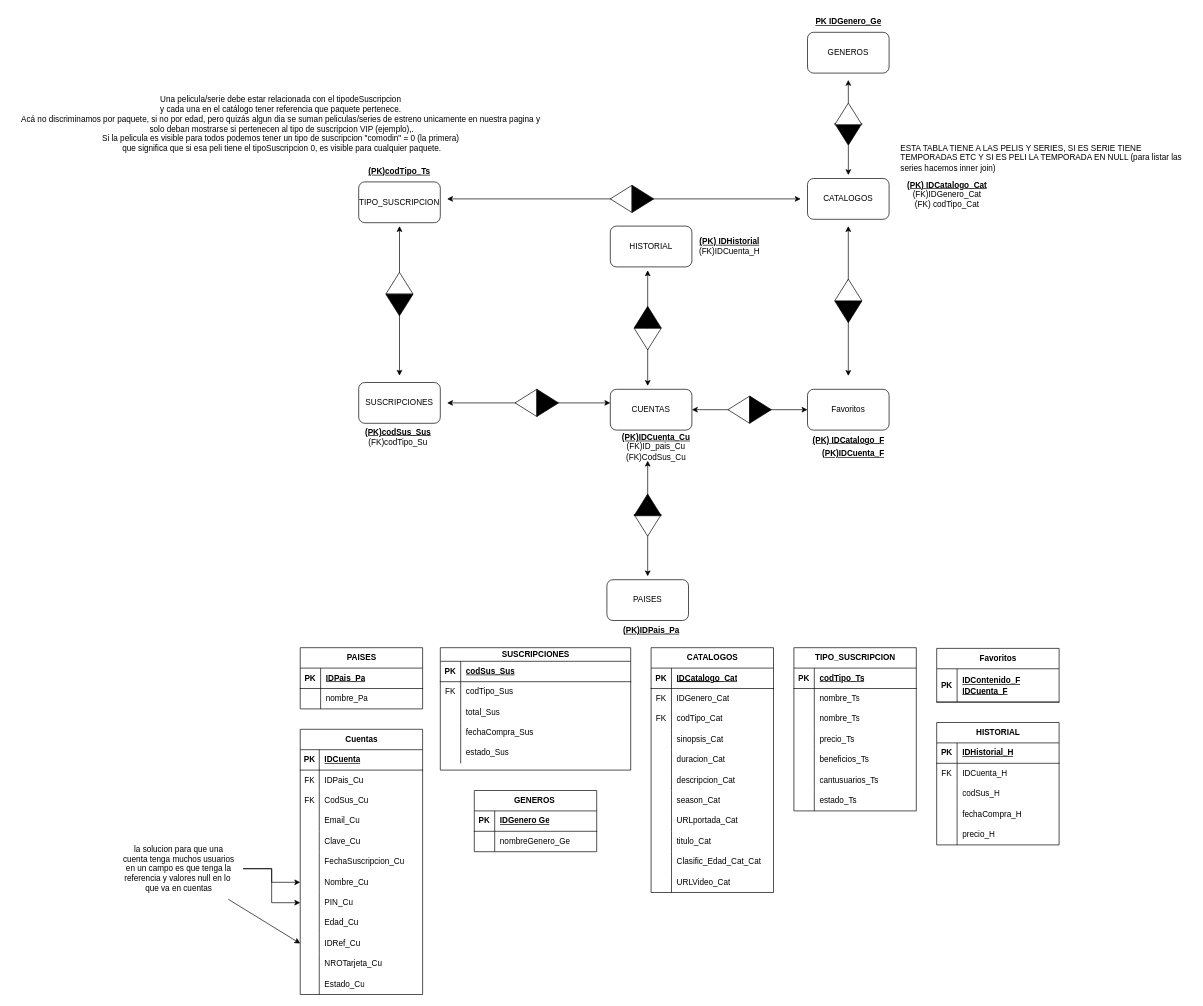
The draw.io diagram Base de TIF_LAB_3/TIFDER_DEFINITIVO.drawio in melynight/devflix, before the edit. Source tidied: cells renumbered, new cells numbered last; positions are measured from the earlier drawing's top-left corner, leaving out a move shared by most shapes. Both pictures are drawn from the tidied source at 68%, with x=0, y=0 at pixel (12, 12).
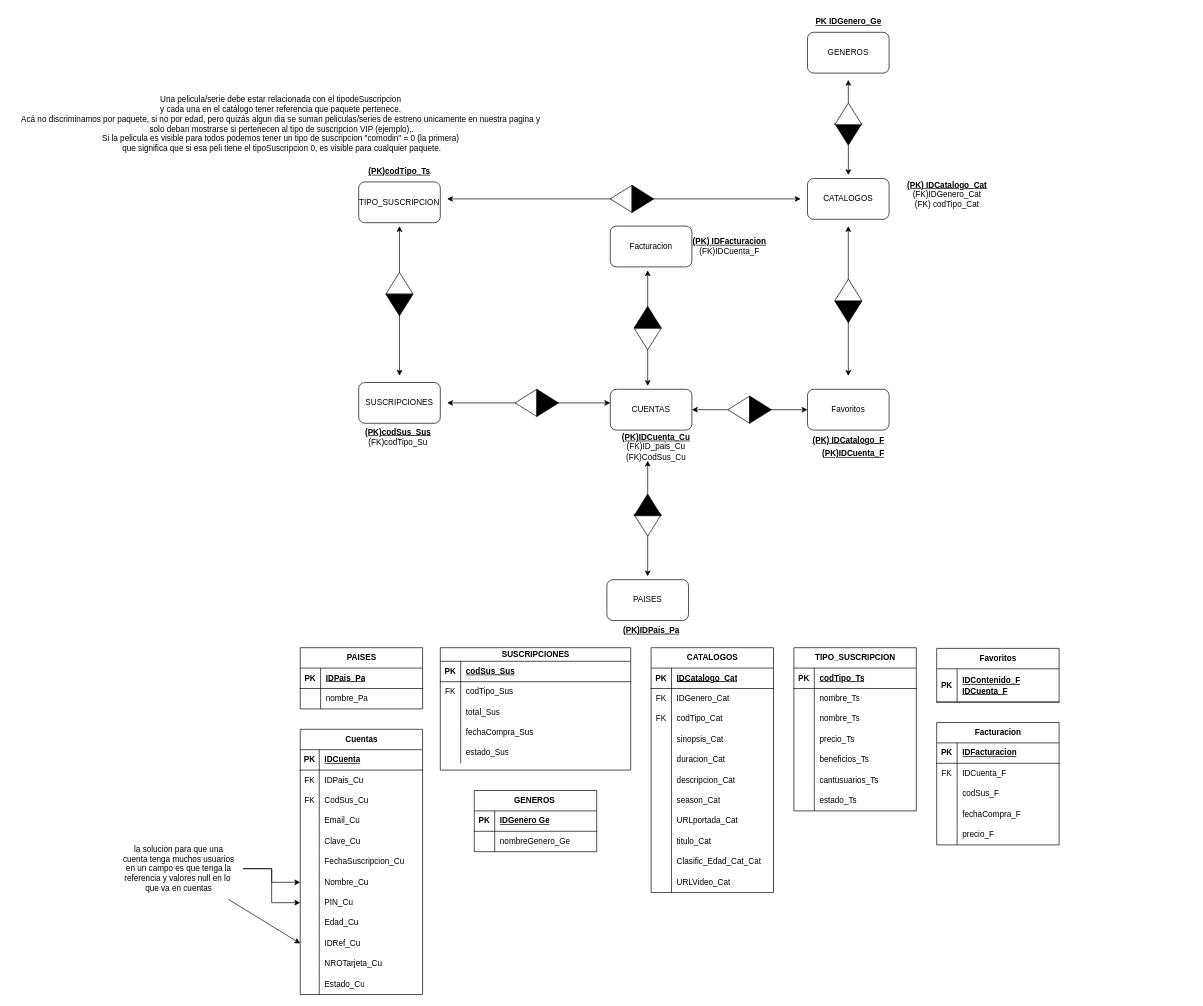
After the change.

Unchanged cells that the change refers to:
```xml
<mxCell id="186" style="shape=tableRow;horizontal=0;startSize=0;swimlaneHead=0;swimlaneBody=0;fillColor=none;top=0;left=0;right=0;bottom=1;" parent="185" vertex="1">
  <mxGeometry y="30" width="180" height="30" as="geometry" />
</mxCell>
<mxCell id="189" style="shape=tableRow;horizontal=0;startSize=0;swimlaneHead=0;swimlaneBody=0;fillColor=none;top=0;left=0;right=0;bottom=0;" parent="185" vertex="1">
  <mxGeometry y="60" width="180" height="30" as="geometry" />
</mxCell>
<mxCell id="192" style="shape=tableRow;horizontal=0;startSize=0;swimlaneHead=0;swimlaneBody=0;fillColor=none;top=0;left=0;right=0;bottom=0;" parent="185" vertex="1">
  <mxGeometry y="90" width="180" height="30" as="geometry" />
</mxCell>
<mxCell id="195" style="shape=tableRow;horizontal=0;startSize=0;swimlaneHead=0;swimlaneBody=0;fillColor=none;top=0;left=0;right=0;bottom=0;" parent="185" vertex="1">
  <mxGeometry y="120" width="180" height="30" as="geometry" />
</mxCell>
<mxCell id="198" style="shape=tableRow;horizontal=0;startSize=0;swimlaneHead=0;swimlaneBody=0;fillColor=none;top=0;left=0;right=0;bottom=0;" parent="185" vertex="1">
  <mxGeometry y="150" width="180" height="30" as="geometry" />
</mxCell>
```

Diff of the diagram source:
```diff
@@
-    <mxCell id="15" value="ESTA TABLA TIENE A LAS PELIS Y SERIES, SI ES SERIE TIENE TEMPORADAS ETC Y SI ES PELI LA TEMPORADA EN NULL (para listar las series hacemos inner join)" style="text;html=1;strokeColor=none;fillColor=none;align=left;verticalAlign=middle;whiteSpace=wrap;rounded=0;" parent="1" vertex="1">
-      <mxGeometry x="1305" y="200" width="430" height="30" as="geometry" />
-    </mxCell>
@@
-    <mxCell id="174" value="HISTORIAL" style="rounded=1;whiteSpace=wrap;html=1;" parent="1" vertex="1">
+    <mxCell id="174" value="Facturacion" style="rounded=1;whiteSpace=wrap;html=1;" parent="1" vertex="1">
       <mxGeometry x="880" y="315" width="120" height="60" as="geometry" />
     </mxCell>
@@
-    <mxCell id="184" value="&lt;b&gt;&lt;u&gt;(PK) IDHistorial&lt;br&gt;&lt;/u&gt;&lt;/b&gt;(FK)IDCuenta_H&lt;b&gt;&lt;u&gt;&lt;br&gt;&lt;/u&gt;&lt;/b&gt;" style="text;html=1;align=center;verticalAlign=middle;strokeColor=none;fillColor=none;" parent="1" vertex="1">
-      <mxGeometry x="1000" y="325" width="110" height="40" as="geometry" />
+    <mxCell id="184" value="&lt;b&gt;&lt;u&gt;(PK) IDFacturacion&lt;br&gt;&lt;/u&gt;&lt;/b&gt;(FK)IDCuenta_F&lt;b&gt;&lt;u&gt;&lt;br&gt;&lt;/u&gt;&lt;/b&gt;" style="text;html=1;align=center;verticalAlign=middle;strokeColor=none;fillColor=none;" parent="1" vertex="1">
+      <mxGeometry x="990" y="325" width="130" height="40" as="geometry" />
     </mxCell>
-    <mxCell id="185" value="HISTORIAL" style="shape=table;startSize=30;childLayout=tableLayout;rowLines=0;fontStyle=1;align=center;html=1;" parent="1" vertex="1">
+    <mxCell id="185" value="Facturacion" style="shape=table;startSize=30;childLayout=tableLayout;rowLines=0;fontStyle=1;align=center;html=1;" parent="1" vertex="1">
       <mxGeometry x="1360" y="1045" width="180" height="180" as="geometry" />
     </mxCell>
@@
-    <mxCell id="188" value="IDHistorial_H" style="shape=partialRectangle;fillColor=none;top=0;left=0;bottom=0;right=0;align=left;spacingLeft=6;fontStyle=5;overflow=hidden;whiteSpace=wrap;html=1;" parent="186" vertex="1">
+    <mxCell id="188" value="IDFacturacion" style="shape=partialRectangle;fillColor=none;top=0;left=0;bottom=0;right=0;align=left;spacingLeft=6;fontStyle=5;overflow=hidden;whiteSpace=wrap;html=1;" parent="186" vertex="1">
       <mxGeometry x="30" width="150" height="30" as="geometry" />
     </mxCell>
@@
-    <mxCell id="191" value="IDCuenta_H" style="shape=partialRectangle;fillColor=none;top=0;left=0;bottom=0;right=0;align=left;spacingLeft=6;overflow=hidden;whiteSpace=wrap;html=1;" parent="189" vertex="1">
+    <mxCell id="191" value="IDCuenta_F" style="shape=partialRectangle;fillColor=none;top=0;left=0;bottom=0;right=0;align=left;spacingLeft=6;overflow=hidden;whiteSpace=wrap;html=1;" parent="189" vertex="1">
       <mxGeometry x="30" width="150" height="30" as="geometry" />
     </mxCell>
@@
-    <mxCell id="194" value="&lt;span style=&quot;text-align: center;&quot;&gt;codSus_H&lt;/span&gt;" style="shape=partialRectangle;fillColor=none;top=0;left=0;bottom=0;right=0;align=left;spacingLeft=6;overflow=hidden;whiteSpace=wrap;html=1;" parent="192" vertex="1">
+    <mxCell id="194" value="&lt;span style=&quot;text-align: center;&quot;&gt;codSus_F&lt;/span&gt;" style="shape=partialRectangle;fillColor=none;top=0;left=0;bottom=0;right=0;align=left;spacingLeft=6;overflow=hidden;whiteSpace=wrap;html=1;" parent="192" vertex="1">
       <mxGeometry x="30" width="150" height="30" as="geometry" />
     </mxCell>
@@
-    <mxCell id="197" value="fechaCompra_H" style="shape=partialRectangle;fillColor=none;top=0;left=0;bottom=0;right=0;align=left;spacingLeft=6;overflow=hidden;whiteSpace=wrap;html=1;" parent="195" vertex="1">
+    <mxCell id="197" value="fechaCompra_F" style="shape=partialRectangle;fillColor=none;top=0;left=0;bottom=0;right=0;align=left;spacingLeft=6;overflow=hidden;whiteSpace=wrap;html=1;" parent="195" vertex="1">
       <mxGeometry x="30" width="150" height="30" as="geometry" />
     </mxCell>
@@
-    <mxCell id="200" value="precio_H" style="shape=partialRectangle;fillColor=none;top=0;left=0;bottom=0;right=0;align=left;spacingLeft=6;overflow=hidden;whiteSpace=wrap;html=1;" parent="198" vertex="1">
+    <mxCell id="200" value="precio_F" style="shape=partialRectangle;fillColor=none;top=0;left=0;bottom=0;right=0;align=left;spacingLeft=6;overflow=hidden;whiteSpace=wrap;html=1;" parent="198" vertex="1">
       <mxGeometry x="30" width="150" height="30" as="geometry" />
     </mxCell>
```
